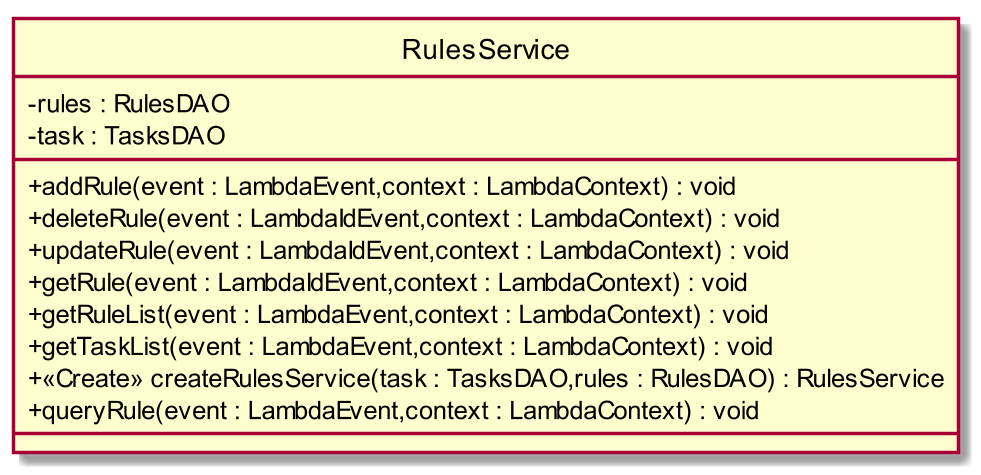
CoCodeSWE/Docs keeps this PlantUML diagram as RQ/Esterni/DefinizioneDiProdotto/images/ClassRulesService.png. Above is the earlier version. Its diagram source:
```plantuml
@startuml
scale 1000*1000
skinparam classAttributeIconSize 0
class RulesService{
- rules : RulesDAO
- task : TasksDAO
__
+ addRule(event : LambdaEvent,context : LambdaContext) : void
+ deleteRule(event : LambdaIdEvent,context : LambdaContext) : void
+ updateRule(event : LambdaIdEvent,context : LambdaContext) : void
+ getRule(event : LambdaIdEvent,context : LambdaContext) : void
+ getRuleList(event : LambdaEvent,context : LambdaContext) : void
+ getTaskList(event : LambdaEvent,context : LambdaContext) : void
+ <<Create>> createRulesService(task : TasksDAO,rules : RulesDAO) : RulesService
+ queryRule(event : LambdaEvent,context : LambdaContext) : void
__

}
hide circle
@enduml
```
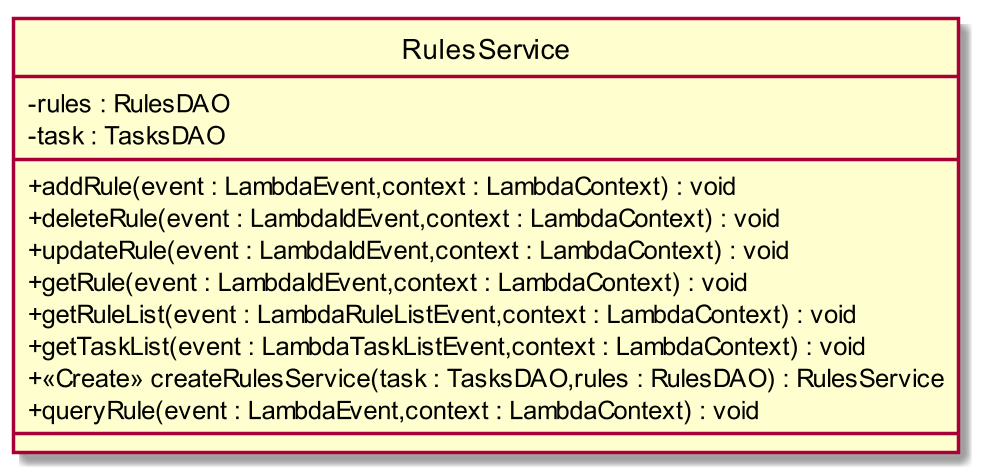
After the commit.

What changed in the source:
```diff
@@ -9,8 +9,8 @@
 + deleteRule(event : LambdaIdEvent,context : LambdaContext) : void
 + updateRule(event : LambdaIdEvent,context : LambdaContext) : void
 + getRule(event : LambdaIdEvent,context : LambdaContext) : void
-+ getRuleList(event : LambdaEvent,context : LambdaContext) : void
-+ getTaskList(event : LambdaEvent,context : LambdaContext) : void
++ getRuleList(event : LambdaRuleListEvent,context : LambdaContext) : void
++ getTaskList(event : LambdaTaskListEvent,context : LambdaContext) : void
 + <<Create>> createRulesService(task : TasksDAO,rules : RulesDAO) : RulesService
 + queryRule(event : LambdaEvent,context : LambdaContext) : void
 __
```
